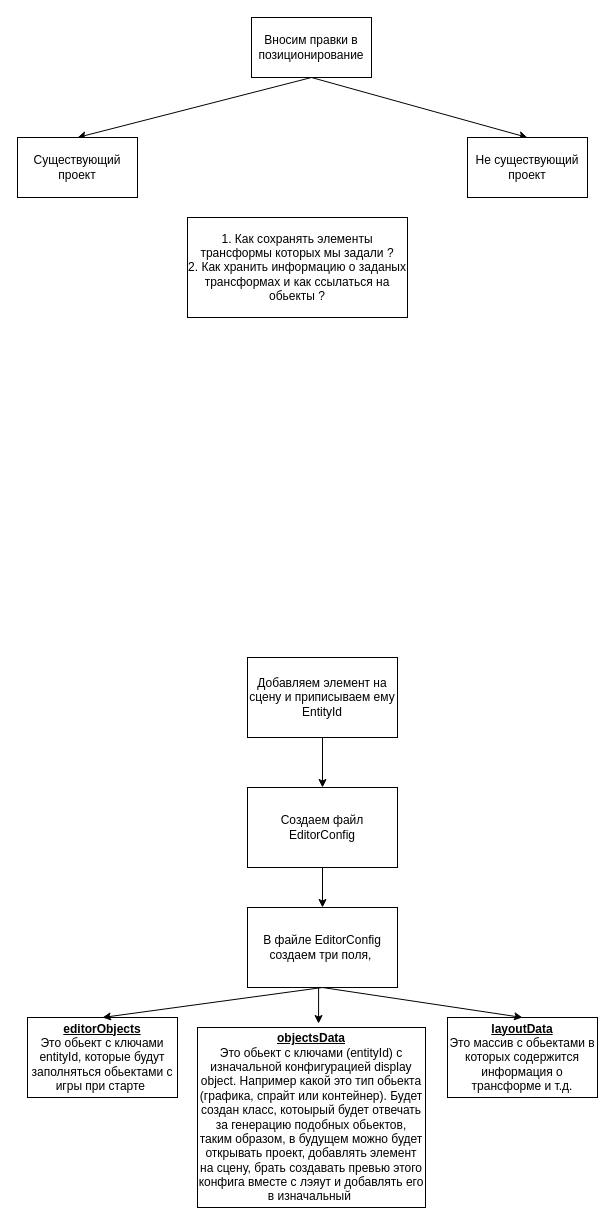
Above: Save transforms flow.drawio in MatthewKarpenko/LayoutEditor-diagrams (draw.io), before the change. Source tidied: cells renumbered, new cells numbered last; positions are measured from the earlier drawing's top-left corner, leaving out a move shared by most shapes. Both pictures are drawn from the tidied source at 100%, with x=0, y=0 at pixel (17, 17).
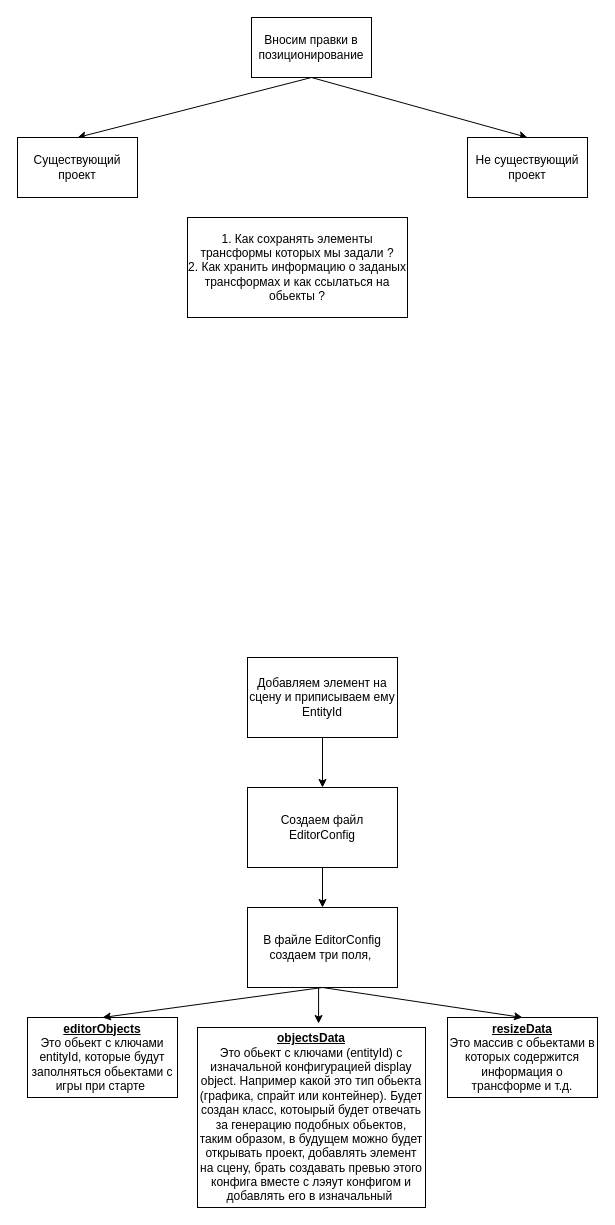
The same diagram, later.

What changed in the source:
```diff
@@
 <mxGraphModel>
   <root>
     <mxCell id="0" />
     <mxCell id="1" parent="0" />
     <mxCell id="2" value="Вносим правки в позиционирование&lt;br&gt;" style="rounded=0;whiteSpace=wrap;html=1;" parent="1" vertex="1">
       <mxGeometry x="234" width="120" height="60" as="geometry" />
     </mxCell>
     <mxCell id="3" style="endArrow=classic;html=1;exitX=0.5;exitY=1;exitDx=0;exitDy=0;entryX=0.5;entryY=0;entryDx=0;entryDy=0;" parent="1" edge="1" source="2" target="6">
       <mxGeometry relative="1" as="geometry" />
     </mxCell>
     <mxCell id="4" style="endArrow=classic;html=1;exitX=0.5;exitY=1;exitDx=0;exitDy=0;entryX=0.5;entryY=0;entryDx=0;entryDy=0;" parent="1" edge="1" source="2" target="5">
       <mxGeometry relative="1" as="geometry" />
     </mxCell>
     <mxCell id="5" value="Не существующий проект" style="rounded=0;whiteSpace=wrap;html=1;" parent="1" vertex="1">
       <mxGeometry x="450" y="120" width="120" height="60" as="geometry" />
     </mxCell>
     <mxCell id="6" value="Существующий проект" style="rounded=0;whiteSpace=wrap;html=1;" parent="1" vertex="1">
       <mxGeometry y="120" width="120" height="60" as="geometry" />
     </mxCell>
     <mxCell id="7" value="1. Как сохранять элементы трансформы которых мы задали ?&lt;br&gt;2. Как хранить информацию о заданых трансформах и как ссылаться на обьекты ?" style="rounded=0;whiteSpace=wrap;html=1;" parent="1" vertex="1">
       <mxGeometry x="170" y="200" width="220" height="100" as="geometry" />
     </mxCell>
     <mxCell id="8" style="edgeStyle=orthogonalEdgeStyle;rounded=0;jettySize=auto;html=1;exitX=0.5;exitY=1;exitDx=0;exitDy=0;entryX=0.5;entryY=0;entryDx=0;entryDy=0;" parent="1" edge="1" source="9" target="11">
       <mxGeometry relative="1" as="geometry" />
     </mxCell>
     <mxCell id="9" value="Добавляем элемент на сцену и приписываем ему EntityId" style="rounded=0;whiteSpace=wrap;html=1;" parent="1" vertex="1">
       <mxGeometry x="230" y="640" width="150" height="80" as="geometry" />
     </mxCell>
     <mxCell id="10" style="edgeStyle=orthogonalEdgeStyle;rounded=0;jettySize=auto;html=1;exitX=0.5;exitY=1;exitDx=0;exitDy=0;entryX=0.5;entryY=0;entryDx=0;entryDy=0;" parent="1" edge="1" source="11" target="13">
       <mxGeometry relative="1" as="geometry" />
     </mxCell>
     <mxCell id="11" value="Создаем файл EditorConfig" style="rounded=0;whiteSpace=wrap;html=1;" parent="1" vertex="1">
       <mxGeometry x="230" y="770" width="150" height="80" as="geometry" />
     </mxCell>
     <mxCell id="12" style="edgeStyle=orthogonalEdgeStyle;rounded=0;jettySize=auto;html=1;exitX=0.5;exitY=1;exitDx=0;exitDy=0;entryX=0.531;entryY=-0.022;entryDx=0;entryDy=0;entryPerimeter=0;" parent="1" edge="1" source="13" target="16">
       <mxGeometry relative="1" as="geometry" />
     </mxCell>
     <mxCell id="13" value="В файле EditorConfig создаем три поля,&amp;nbsp;" style="rounded=0;whiteSpace=wrap;html=1;" parent="1" vertex="1">
       <mxGeometry x="230" y="890" width="150" height="80" as="geometry" />
     </mxCell>
     <mxCell id="14" value="&lt;b&gt;&lt;u&gt;editorObjects&lt;/u&gt;&lt;/b&gt;&lt;br&gt;Это обьект с ключами entityId, которые будут заполняться обьектами с игры при старте&amp;nbsp;" style="rounded=0;whiteSpace=wrap;html=1;" parent="1" vertex="1">
       <mxGeometry x="10" y="1000" width="150" height="80" as="geometry" />
     </mxCell>
-    <mxCell id="15" value="&lt;b&gt;&lt;u&gt;layoutData&lt;br&gt;&lt;/u&gt;&lt;/b&gt;Это массив с обьектами в которых содержится информация о трансформе и т.д." style="rounded=0;whiteSpace=wrap;html=1;" parent="1" vertex="1">
+    <mxCell id="15" value="&lt;b&gt;&lt;u&gt;resizeData&lt;br&gt;&lt;/u&gt;&lt;/b&gt;Это массив с обьектами в которых содержится информация о трансформе и т.д." style="rounded=0;whiteSpace=wrap;html=1;" parent="1" vertex="1">
       <mxGeometry x="430" y="1000" width="150" height="80" as="geometry" />
     </mxCell>
-    <mxCell id="16" value="&lt;b&gt;&lt;u&gt;objectsData&lt;/u&gt;&lt;/b&gt;&lt;br&gt;Это обьект с ключами (entityId) с изначальной конфигурацией display object. Например какой это тип обьекта (графика, спрайт или контейнер). Будет создан класс, котоырый будет отвечать за генерацию подобных обьектов, таким образом, в будущем можно будет открывать проект, добавлять элемент на сцену, брать создавать превью этого конфига вместе с лэяут и добавлять его в изначальный&amp;nbsp;" style="rounded=0;whiteSpace=wrap;html=1;" parent="1" vertex="1">
+    <mxCell id="16" value="&lt;b&gt;&lt;u&gt;objectsData&lt;/u&gt;&lt;/b&gt;&lt;br&gt;Это обьект с ключами (entityId) с изначальной конфигурацией display object. Например какой это тип обьекта (графика, спрайт или контейнер). Будет создан класс, котоырый будет отвечать за генерацию подобных обьектов, таким образом, в будущем можно будет открывать проект, добавлять элемент на сцену, брать создавать превью этого конфига вместе с лэяут конфигом и добавлять его в изначальный&amp;nbsp;" style="rounded=0;whiteSpace=wrap;html=1;" parent="1" vertex="1">
       <mxGeometry x="180" y="1010" width="228" height="180" as="geometry" />
     </mxCell>
     <mxCell id="17" style="endArrow=classic;html=1;entryX=0.5;entryY=0;entryDx=0;entryDy=0;exitX=0.5;exitY=1;exitDx=0;exitDy=0;" parent="1" edge="1" source="13" target="15">
       <mxGeometry relative="1" as="geometry" />
     </mxCell>
     <mxCell id="18" style="endArrow=classic;html=1;entryX=0.5;entryY=0;entryDx=0;entryDy=0;exitX=0.5;exitY=1;exitDx=0;exitDy=0;" parent="1" edge="1" source="13" target="14">
       <mxGeometry relative="1" as="geometry" />
     </mxCell>
   </root>
 </mxGraphModel>
```
